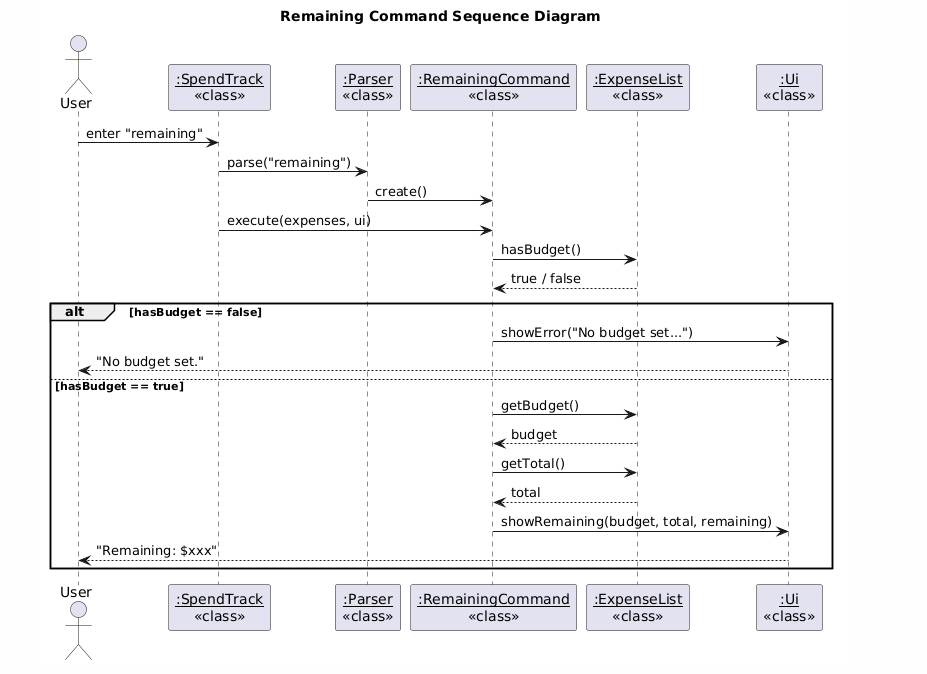
Earlier version of the PlantUML export docs/images/RemainingCommandSequence.png (AbhijitBalajee/tp). Its source is kept beside it as docs/diagrams/RemainingCommandSequence.puml.
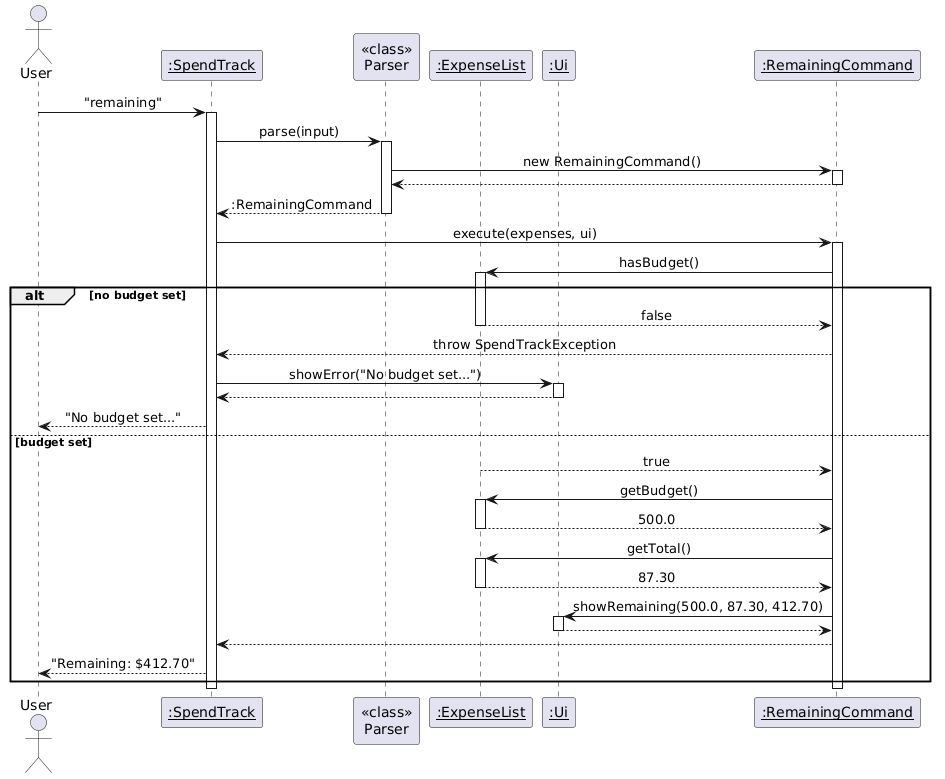
After the commit.

What changed in the source:
```diff
@@ -1,29 +1,62 @@
 @startuml
+!define BGCOLOR white
+skinparam backgroundColor BGCOLOR
+skinparam sequenceMessageAlign center
+
 actor User
-participant ":SpendTrack" as ST
-participant ":Parser" as P
-participant ":RemainingCommand" as RC
-participant ":ExpenseList" as EL
-participant ":Ui" as UI
+participant "<u>:SpendTrack</u>" as ST
+participant "<<class>>\nParser" as P
+participant "<u>:RemainingCommand</u>" as RC
+participant "<u>:ExpenseList</u>" as EL
+participant "<u>:Ui</u>" as UI
 
 User -> ST : "remaining"
+activate ST
+
 ST -> P : parse(input)
+activate P
+create "<u>:RemainingCommand</u>" as RC
+P -> RC : new RemainingCommand()
+activate RC
+RC --> P
+deactivate RC
 P --> ST : :RemainingCommand
+deactivate P
+
 ST -> RC : execute(expenses, ui)
+activate RC
+
 RC -> EL : hasBudget()
+activate EL
 
 alt no budget set
     EL --> RC : false
+    deactivate EL
     RC --> ST : throw SpendTrackException
     ST -> UI : showError("No budget set...")
-    UI --> User : "No budget set..."
+    activate UI
+    UI --> ST
+    deactivate UI
+    ST --> User : "No budget set..."
 else budget set
     EL --> RC : true
+    deactivate EL
     RC -> EL : getBudget()
+    activate EL
     EL --> RC : 500.0
+    deactivate EL
     RC -> EL : getTotal()
+    activate EL
     EL --> RC : 87.30
+    deactivate EL
     RC -> UI : showRemaining(500.0, 87.30, 412.70)
-    UI --> User : "Remaining: $412.70"
+    activate UI
+    UI --> RC
+    deactivate UI
+    RC --> ST
+    ST --> User : "Remaining: $412.70"
 end
+
+deactivate RC
+deactivate ST
 @enduml
```
